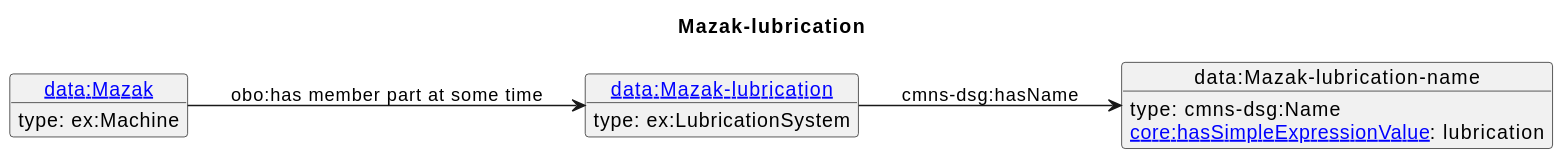
Before: diagrams/Mazak-lubrication.svg, a diagram exported from PlantUML (iofoundry/example-syseng-mtconnect).
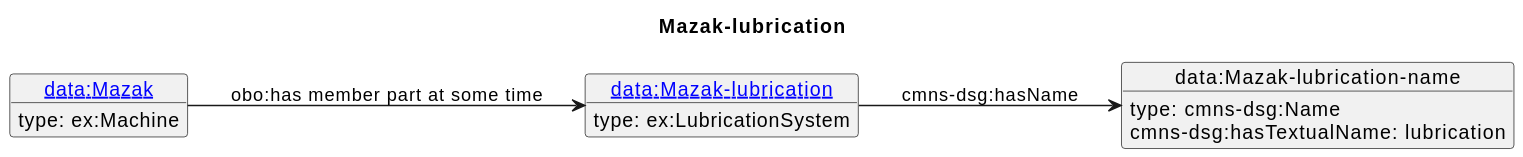
The same file after the commit.

Diff of the diagram source:
```diff
@@ -12,6 +12,6 @@
  type: ex:Machine
 }
 o1 --> o2 : cmns-dsg:hasName
-o2 : [[https://spec.industrialontologies.org/ontology/core/Core/hasSimpleExpressionValue core:hasSimpleExpressionValue]]: lubrication
+o2 : cmns-dsg:hasTextualName: lubrication
 o3 --> o1 : obo:has member part at some time
 @enduml
```
